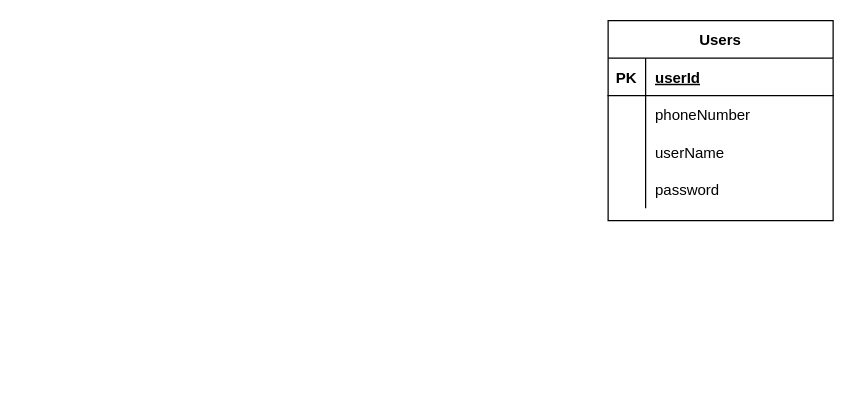
Before: database/1.database-schema/database-schema.drawio in tcvduc/location-care, a draw.io diagram. Source tidied: cells renumbered, new cells numbered last; positions are measured from the earlier drawing's top-left corner, leaving out a move shared by most shapes. Both pictures are drawn from the tidied source at 125%, with x=0, y=0 at pixel (608, 20).
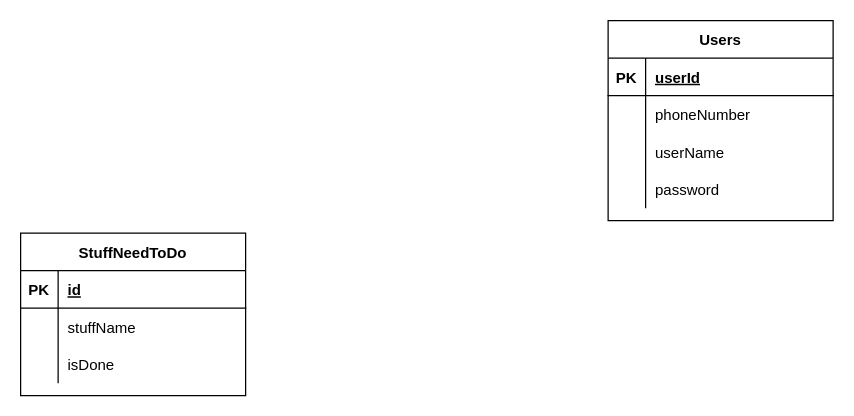
The same page after the edit.

What changed in the source:
```diff
@@
+    <mxCell id="15" value="StuffNeedToDo" style="shape=table;startSize=30;childLayout=tableLayout;rowLines=0;fontStyle=1;align=center;" parent="1" vertex="1">
+      <mxGeometry x="-470" y="170" width="180" height="130" as="geometry" />
+    </mxCell>
+    <mxCell id="16" style="shape=tableRow;horizontal=0;startSize=0;swimlaneHead=0;swimlaneBody=0;fillColor=none;top=0;left=0;right=0;bottom=1;" parent="15" vertex="1">
+      <mxGeometry y="30" width="180" height="30" as="geometry" />
+    </mxCell>
+    <mxCell id="17" value="PK" style="shape=partialRectangle;fillColor=none;top=0;left=0;bottom=0;right=0;fontStyle=1;overflow=hidden;" parent="16" vertex="1">
+      <mxGeometry width="30" height="30" as="geometry" />
+    </mxCell>
+    <mxCell id="18" value="id" style="shape=partialRectangle;fillColor=none;top=0;left=0;bottom=0;right=0;align=left;spacingLeft=6;fontStyle=5;overflow=hidden;" parent="16" vertex="1">
+      <mxGeometry x="30" width="150" height="30" as="geometry" />
+    </mxCell>
+    <mxCell id="19" style="shape=tableRow;horizontal=0;startSize=0;swimlaneHead=0;swimlaneBody=0;fillColor=none;top=0;left=0;right=0;bottom=0;" parent="15" vertex="1">
+      <mxGeometry y="60" width="180" height="30" as="geometry" />
+    </mxCell>
+    <mxCell id="20" style="shape=partialRectangle;fillColor=none;top=0;left=0;bottom=0;right=0;overflow=hidden;" parent="19" vertex="1">
+      <mxGeometry width="30" height="30" as="geometry" />
+    </mxCell>
+    <mxCell id="21" value="stuffName" style="shape=partialRectangle;fillColor=none;top=0;left=0;bottom=0;right=0;align=left;spacingLeft=6;overflow=hidden;" parent="19" vertex="1">
+      <mxGeometry x="30" width="150" height="30" as="geometry" />
+    </mxCell>
+    <mxCell id="22" style="shape=tableRow;horizontal=0;startSize=0;swimlaneHead=0;swimlaneBody=0;fillColor=none;top=0;left=0;right=0;bottom=0;" parent="15" vertex="1">
+      <mxGeometry y="90" width="180" height="30" as="geometry" />
+    </mxCell>
+    <mxCell id="23" style="shape=partialRectangle;fillColor=none;top=0;left=0;bottom=0;right=0;overflow=hidden;" parent="22" vertex="1">
+      <mxGeometry width="30" height="30" as="geometry" />
+    </mxCell>
+    <mxCell id="24" value="isDone" style="shape=partialRectangle;fillColor=none;top=0;left=0;bottom=0;right=0;align=left;spacingLeft=6;overflow=hidden;" parent="22" vertex="1">
+      <mxGeometry x="30" width="150" height="30" as="geometry" />
+    </mxCell>
```
